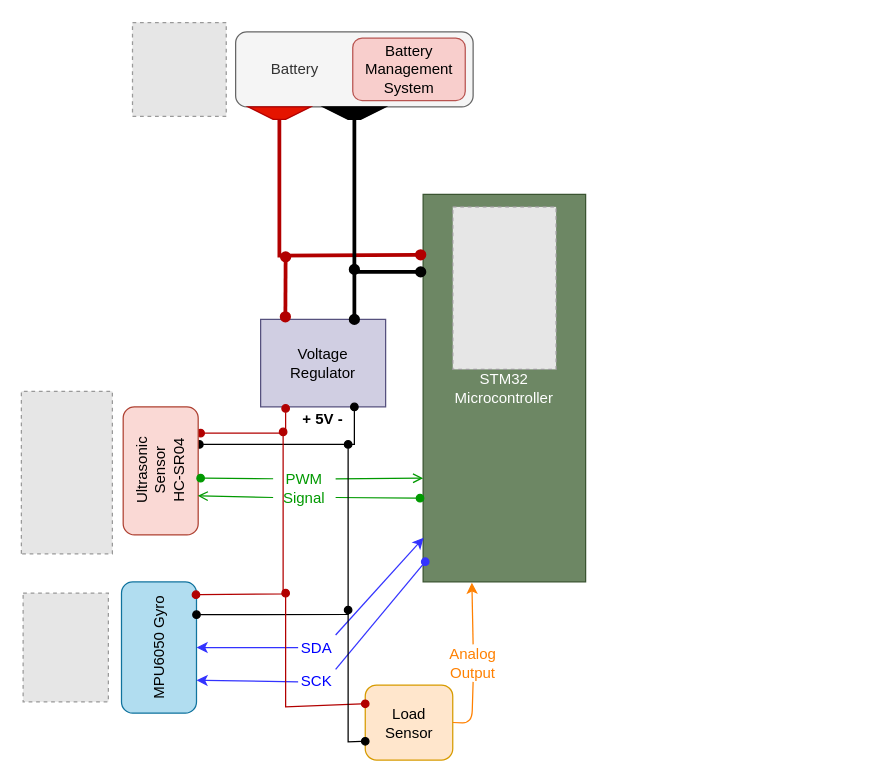
The draw.io diagram Bitirme 1 - Schematics/bitirme1-elektronik-sematik.drawio in anilberg/My-Diagrams, before the edit. Source tidied: cells renumbered, new cells numbered last; positions are measured from the earlier drawing's top-left corner, leaving out a move shared by most shapes. Both pictures are drawn from the tidied source at 125%, with x=0, y=0 at pixel (-15, 21). Pictures stored in the file or linked from it are replaced by grey dashed boxes.
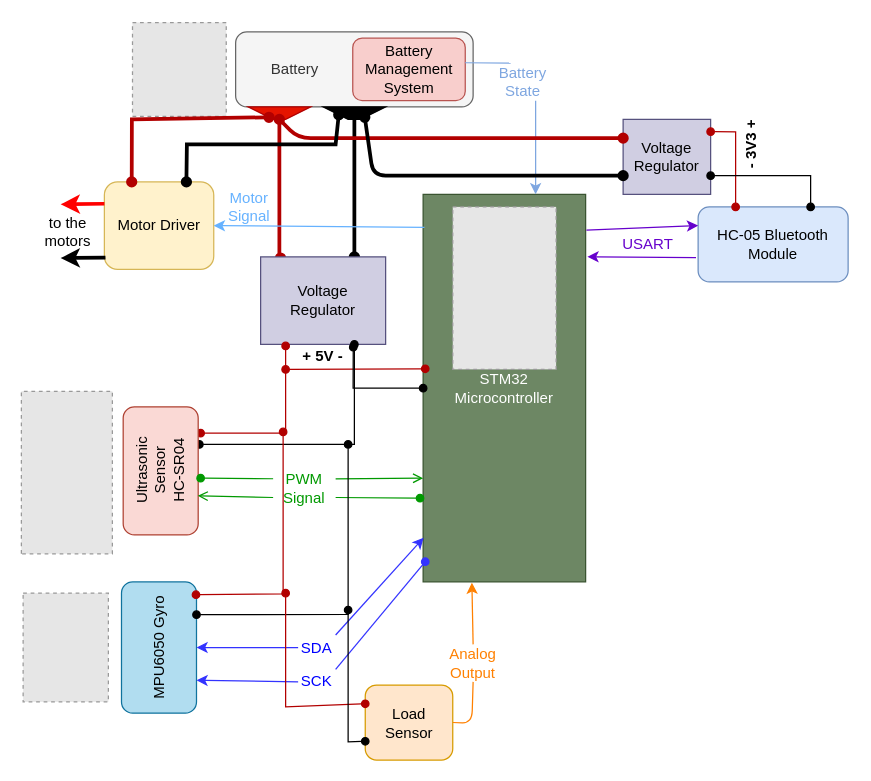
Above is the later version.

The change refers to these unchanged cells:
```xml
<mxCell id="2" value="STM32&lt;br&gt;Microcontroller" style="rounded=0;whiteSpace=wrap;html=1;fontColor=#ffffff;fillColor=#6d8764;strokeColor=#3A5431;" parent="1" vertex="1">
  <mxGeometry x="350" y="138" width="130" height="310" as="geometry" />
</mxCell>
<mxCell id="8" style="shape=trapezoid;perimeter=trapezoidPerimeter;whiteSpace=wrap;html=1;fixedSize=1;rotation=-180;fillColor=#e51400;strokeColor=#B20000;fontColor=#ffffff;" parent="1" vertex="1">
  <mxGeometry x="210" y="68" width="50" height="10" as="geometry" />
</mxCell>
<mxCell id="9" style="shape=trapezoid;perimeter=trapezoidPerimeter;whiteSpace=wrap;html=1;fixedSize=1;rotation=-180;fontColor=#ffffff;fillColor=#000000;" parent="1" vertex="1">
  <mxGeometry x="270" y="68" width="50" height="10" as="geometry" />
</mxCell>
<mxCell id="39" value="Battery Management System" style="rounded=1;whiteSpace=wrap;html=1;strokeColor=#b85450;fillColor=#f8cecc;" parent="1" vertex="1">
  <mxGeometry x="293.7" y="13" width="90" height="50" as="geometry" />
</mxCell>
```

Diff of the diagram source:
```diff
@@
-    <mxCell id="5" style="endArrow=oval;html=1;fillColor=#e51400;strokeColor=#B20000;strokeWidth=3;startArrow=oval;startFill=1;endFill=1;entryX=0.5;entryY=1;entryDx=0;entryDy=0;exitX=-0.015;exitY=0.156;exitDx=0;exitDy=0;exitPerimeter=0;rounded=0;" parent="1" edge="1" source="2" target="8">
+    <mxCell id="5" style="endArrow=oval;html=1;fillColor=#e51400;strokeColor=#B20000;strokeWidth=3;startArrow=oval;startFill=1;endFill=1;entryX=0.5;entryY=1;entryDx=0;entryDy=0;exitX=0.159;exitY=0.013;exitDx=0;exitDy=0;exitPerimeter=0;rounded=0;" parent="1" edge="1" source="11" target="8">
       <mxGeometry relative="1" as="geometry">
         <Array as="points">
           <mxPoint x="235" y="187" />
         </Array>
       </mxGeometry>
     </mxCell>
-    <mxCell id="6" style="endArrow=oval;html=1;fillColor=#e51400;strokeWidth=3;startArrow=oval;startFill=1;endFill=1;exitX=0.5;exitY=1;exitDx=0;exitDy=0;entryX=-0.015;entryY=0.2;entryDx=0;entryDy=0;entryPerimeter=0;rounded=0;" parent="1" edge="1" source="9" target="2">
+    <mxCell id="6" style="endArrow=oval;html=1;fillColor=#e51400;strokeWidth=3;startArrow=oval;startFill=1;endFill=1;exitX=0.5;exitY=1;exitDx=0;exitDy=0;entryX=0.75;entryY=0;entryDx=0;entryDy=0;rounded=0;" parent="1" edge="1" source="9" target="11">
       <mxGeometry relative="1" as="geometry">
         <Array as="points">
           <mxPoint x="295" y="200" />
         </Array>
       </mxGeometry>
     </mxCell>
@@
     <mxCell id="11" value="Voltage&lt;br&gt;Regulator" style="rounded=0;whiteSpace=wrap;html=1;fillColor=#d0cee2;strokeColor=#56517e;" parent="1" vertex="1">
-      <mxGeometry x="220" y="238" width="100" height="70" as="geometry" />
+      <mxGeometry x="220" y="188" width="100" height="70" as="geometry" />
     </mxCell>
-    <mxCell id="12" style="endArrow=oval;html=1;fillColor=#e51400;strokeColor=#B20000;strokeWidth=3;startArrow=oval;startFill=1;endFill=1;rounded=0;exitX=0.198;exitY=-0.03;exitDx=0;exitDy=0;exitPerimeter=0;" parent="1" edge="1" source="11">
+    <mxCell id="12" style="endArrow=oval;html=1;fillColor=#e51400;strokeColor=#B20000;strokeWidth=1;startArrow=oval;startFill=1;endFill=1;rounded=0;entryX=0.013;entryY=0.45;entryDx=0;entryDy=0;entryPerimeter=0;" parent="1" edge="1" target="2">
       <mxGeometry relative="1" as="geometry">
-        <mxPoint x="240" y="188" as="targetPoint" />
+        <mxPoint x="240" y="278" as="sourcePoint" />
       </mxGeometry>
     </mxCell>
-    <mxCell id="13" style="endArrow=oval;html=1;fillColor=#e51400;strokeWidth=3;startArrow=oval;startFill=1;endFill=1;rounded=0;entryX=0.75;entryY=0;entryDx=0;entryDy=0;" parent="1" edge="1" target="11">
+    <mxCell id="13" style="endArrow=oval;html=1;fillColor=#e51400;strokeWidth=1;startArrow=oval;startFill=1;endFill=1;rounded=0;exitX=0;exitY=0.5;exitDx=0;exitDy=0;entryX=0.741;entryY=1.032;entryDx=0;entryDy=0;entryPerimeter=0;" parent="1" edge="1" source="2" target="11">
       <mxGeometry relative="1" as="geometry">
-        <mxPoint x="295" y="198" as="sourcePoint" />
+        <Array as="points">
+          <mxPoint x="294" y="293" />
+        </Array>
       </mxGeometry>
     </mxCell>
@@
     <mxCell id="16" value="&lt;b&gt;+ 5V -&lt;/b&gt;" style="text;html=1;strokeColor=none;fillColor=none;align=center;verticalAlign=middle;whiteSpace=wrap;rounded=0;" parent="1" vertex="1">
-      <mxGeometry x="250" y="308" width="40" height="20" as="geometry" />
+      <mxGeometry x="250" y="258" width="40" height="20" as="geometry" />
     </mxCell>
@@
+    <mxCell id="40" style="endArrow=classic;html=1;strokeWidth=1;exitX=0.75;exitY=1;exitDx=0;exitDy=0;strokeColor=#7EA6E0;startArrow=none;" parent="1" edge="1" source="41">
+      <mxGeometry relative="1" as="geometry">
+        <mxPoint x="440" y="138" as="targetPoint" />
+      </mxGeometry>
+    </mxCell>
+    <mxCell id="41" value="&lt;font color=&quot;#7ea6e0&quot;&gt;Battery State&lt;/font&gt;" style="text;html=1;strokeColor=none;fillColor=none;align=center;verticalAlign=middle;whiteSpace=wrap;rounded=0;" parent="1" vertex="1">
+      <mxGeometry x="410" y="33" width="40" height="30" as="geometry" />
+    </mxCell>
+    <mxCell id="42" style="endArrow=none;html=1;strokeWidth=1;entryX=0.25;entryY=0;entryDx=0;entryDy=0;exitX=0.998;exitY=0.394;exitDx=0;exitDy=0;strokeColor=#7EA6E0;exitPerimeter=0;" parent="1" edge="1" source="39" target="41">
+      <mxGeometry relative="1" as="geometry" />
+    </mxCell>
+    <mxCell id="43" value="Voltage&lt;br&gt;Regulator" style="rounded=0;whiteSpace=wrap;html=1;fillColor=#d0cee2;strokeColor=#56517e;" parent="1" vertex="1">
+      <mxGeometry x="510" y="78" width="70" height="60" as="geometry" />
+    </mxCell>
+    <mxCell id="44" style="endArrow=oval;html=1;fillColor=#e51400;strokeColor=#B20000;strokeWidth=3;startArrow=oval;startFill=1;endFill=1;rounded=1;exitX=0;exitY=0.25;exitDx=0;exitDy=0;entryX=0.5;entryY=0;entryDx=0;entryDy=0;" parent="1" edge="1" source="43" target="8">
+      <mxGeometry relative="1" as="geometry">
+        <Array as="points">
+          <mxPoint x="250" y="93" />
+        </Array>
+      </mxGeometry>
+    </mxCell>
+    <mxCell id="45" style="endArrow=oval;html=1;fillColor=#e51400;strokeWidth=3;startArrow=oval;startFill=1;endFill=1;exitX=0.25;exitY=0;exitDx=0;exitDy=0;entryX=0;entryY=0.75;entryDx=0;entryDy=0;rounded=1;" parent="1" edge="1" source="9" target="43">
+      <mxGeometry relative="1" as="geometry">
+        <Array as="points">
+          <mxPoint x="310" y="123" />
+        </Array>
+      </mxGeometry>
+    </mxCell>
+    <mxCell id="46" value="HC-05 Bluetooth Module" style="rounded=1;whiteSpace=wrap;html=1;strokeColor=#6c8ebf;fillColor=#dae8fc;" parent="1" vertex="1">
+      <mxGeometry x="570" y="148" width="120" height="60" as="geometry" />
+    </mxCell>
+    <mxCell id="47" style="endArrow=oval;html=1;fillColor=#e51400;strokeColor=#B20000;strokeWidth=1;startArrow=oval;startFill=1;endFill=1;rounded=0;exitX=1;exitY=0.164;exitDx=0;exitDy=0;exitPerimeter=0;entryX=0.25;entryY=0;entryDx=0;entryDy=0;" parent="1" edge="1" source="43" target="46">
+      <mxGeometry relative="1" as="geometry">
+        <Array as="points">
+          <mxPoint x="600" y="88" />
+        </Array>
+      </mxGeometry>
+    </mxCell>
+    <mxCell id="48" style="endArrow=oval;html=1;fillColor=#e51400;strokeWidth=1;startArrow=oval;startFill=1;endFill=1;rounded=0;entryX=1;entryY=0.75;entryDx=0;entryDy=0;exitX=0.75;exitY=0;exitDx=0;exitDy=0;" parent="1" edge="1" source="46" target="43">
+      <mxGeometry relative="1" as="geometry">
+        <Array as="points">
+          <mxPoint x="660" y="123" />
+        </Array>
+      </mxGeometry>
+    </mxCell>
+    <mxCell id="49" value="&lt;b&gt;- 3V3 +&lt;/b&gt;" style="text;html=1;strokeColor=none;fillColor=none;align=center;verticalAlign=middle;whiteSpace=wrap;rounded=0;rotation=-90;" parent="1" vertex="1">
+      <mxGeometry x="590" y="88" width="46" height="20" as="geometry" />
+    </mxCell>
+    <mxCell id="50" style="endArrow=classic;html=1;strokeWidth=1;entryX=0;entryY=0.25;entryDx=0;entryDy=0;exitX=1.005;exitY=0.092;exitDx=0;exitDy=0;exitPerimeter=0;strokeColor=#6600CC;" parent="1" edge="1" source="2" target="46">
+      <mxGeometry relative="1" as="geometry" />
+    </mxCell>
+    <mxCell id="51" style="endArrow=classic;html=1;strokeWidth=1;entryX=1.011;entryY=0.161;entryDx=0;entryDy=0;exitX=-0.014;exitY=0.676;exitDx=0;exitDy=0;exitPerimeter=0;entryPerimeter=0;strokeColor=#6600CC;" parent="1" edge="1" source="46" target="2">
+      <mxGeometry relative="1" as="geometry" />
+    </mxCell>
+    <mxCell id="52" value="&lt;font color=&quot;#6600cc&quot;&gt;USART&lt;/font&gt;" style="text;html=1;strokeColor=none;fillColor=none;align=center;verticalAlign=middle;whiteSpace=wrap;rounded=0;" parent="1" vertex="1">
+      <mxGeometry x="510" y="168" width="40" height="20" as="geometry" />
+    </mxCell>
+    <mxCell id="53" value="Motor Driver" style="rounded=1;whiteSpace=wrap;html=1;strokeColor=#d6b656;fillColor=#fff2cc;" parent="1" vertex="1">
+      <mxGeometry x="95" y="128" width="87.5" height="70" as="geometry" />
+    </mxCell>
+    <mxCell id="54" style="endArrow=oval;html=1;fillColor=#e51400;strokeColor=#B20000;strokeWidth=3;startArrow=oval;startFill=1;endFill=1;rounded=0;exitX=0.25;exitY=0;exitDx=0;exitDy=0;entryX=0.75;entryY=0;entryDx=0;entryDy=0;" parent="1" edge="1" source="53" target="8">
+      <mxGeometry relative="1" as="geometry">
+        <Array as="points">
+          <mxPoint x="117" y="78" />
+        </Array>
+      </mxGeometry>
+    </mxCell>
+    <mxCell id="55" style="endArrow=oval;html=1;fillColor=#e51400;strokeWidth=3;startArrow=oval;startFill=1;endFill=1;rounded=0;entryX=0.75;entryY=0;entryDx=0;entryDy=0;exitX=1;exitY=0.25;exitDx=0;exitDy=0;" parent="1" edge="1" source="9" target="53">
+      <mxGeometry relative="1" as="geometry">
+        <Array as="points">
+          <mxPoint x="280" y="98" />
+          <mxPoint x="161" y="98" />
+        </Array>
+      </mxGeometry>
+    </mxCell>
+    <mxCell id="56" style="endArrow=classic;html=1;strokeWidth=1;entryX=1;entryY=0.5;entryDx=0;entryDy=0;exitX=0.008;exitY=0.085;exitDx=0;exitDy=0;exitPerimeter=0;strokeColor=#66B2FF;" parent="1" edge="1" source="2" target="53">
+      <mxGeometry relative="1" as="geometry" />
+    </mxCell>
+    <mxCell id="57" style="endArrow=classic;html=1;strokeWidth=3;exitX=0;exitY=0.25;exitDx=0;exitDy=0;strokeColor=#FF0000;" parent="1" edge="1" source="53">
+      <mxGeometry relative="1" as="geometry">
+        <mxPoint x="60" y="146" as="targetPoint" />
+      </mxGeometry>
+    </mxCell>
+    <mxCell id="58" style="endArrow=classic;html=1;strokeWidth=3;exitX=0.01;exitY=0.866;exitDx=0;exitDy=0;exitPerimeter=0;" parent="1" edge="1" source="53">
+      <mxGeometry relative="1" as="geometry">
+        <mxPoint x="60" y="189" as="targetPoint" />
+      </mxGeometry>
+    </mxCell>
+    <mxCell id="59" value="to the motors" style="text;html=1;strokeColor=none;fillColor=none;align=center;verticalAlign=middle;whiteSpace=wrap;rounded=0;" parent="1" vertex="1">
+      <mxGeometry x="46.2" y="158" width="40" height="20" as="geometry" />
+    </mxCell>
+    <mxCell id="60" value="&lt;font color=&quot;#66b2ff&quot;&gt;Motor&lt;br&gt;Signal&lt;/font&gt;" style="text;html=1;strokeColor=none;fillColor=none;align=center;verticalAlign=middle;whiteSpace=wrap;rounded=0;" parent="1" vertex="1">
+      <mxGeometry x="191.2" y="138" width="40" height="20" as="geometry" />
+    </mxCell>
```
